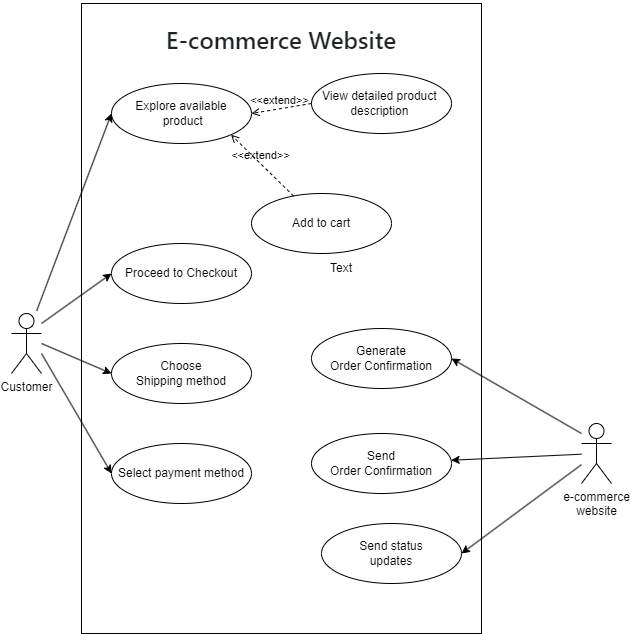
Before: exercise/uml/submission/sec02/nurfarahadibah/UC2.drawio.png, a diagram exported from draw.io (drshahizan/software-engineering). Source tidied: cells renumbered, new cells last; positions are measured from the earlier drawing's top-left corner, leaving out a move shared by most shapes.
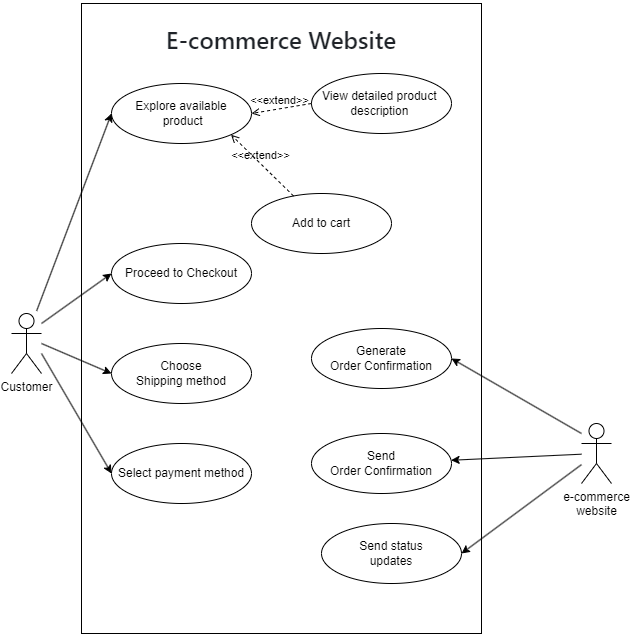
The same diagram one commit later.

Diff of the diagram source:
```diff
@@ -73,9 +73,6 @@
         <mxPoint x="30" y="350" as="sourcePoint" />
       </mxGeometry>
     </mxCell>
-    <mxCell id="23" value="Text" style="text;html=1;strokeColor=none;fillColor=none;align=center;verticalAlign=middle;whiteSpace=wrap;rounded=0;" parent="1" vertex="1">
-      <mxGeometry x="300" y="250" width="60" height="30" as="geometry" />
-    </mxCell>
     <mxCell id="24" value="&lt;h1 style=&quot;box-sizing: border-box; margin: 24px 0px 16px; font-weight: var(--base-text-weight-semibold, 600); line-height: 1.25; padding-bottom: 0.3em; border-bottom: 1px solid var(--color-border-muted); color: rgb(31, 35, 40); font-family: -apple-system, BlinkMacSystemFont, &amp;quot;Segoe UI&amp;quot;, &amp;quot;Noto Sans&amp;quot;, Helvetica, Arial, sans-serif, &amp;quot;Apple Color Emoji&amp;quot;, &amp;quot;Segoe UI Emoji&amp;quot;; text-align: start;&quot; dir=&quot;auto&quot; tabindex=&quot;-1&quot;&gt;E-commerce Website&lt;/h1&gt;" style="text;html=1;strokeColor=none;fillColor=none;align=center;verticalAlign=middle;whiteSpace=wrap;rounded=0;" parent="1" vertex="1">
       <mxGeometry x="100" y="20" width="340" height="30" as="geometry" />
     </mxCell>
```
